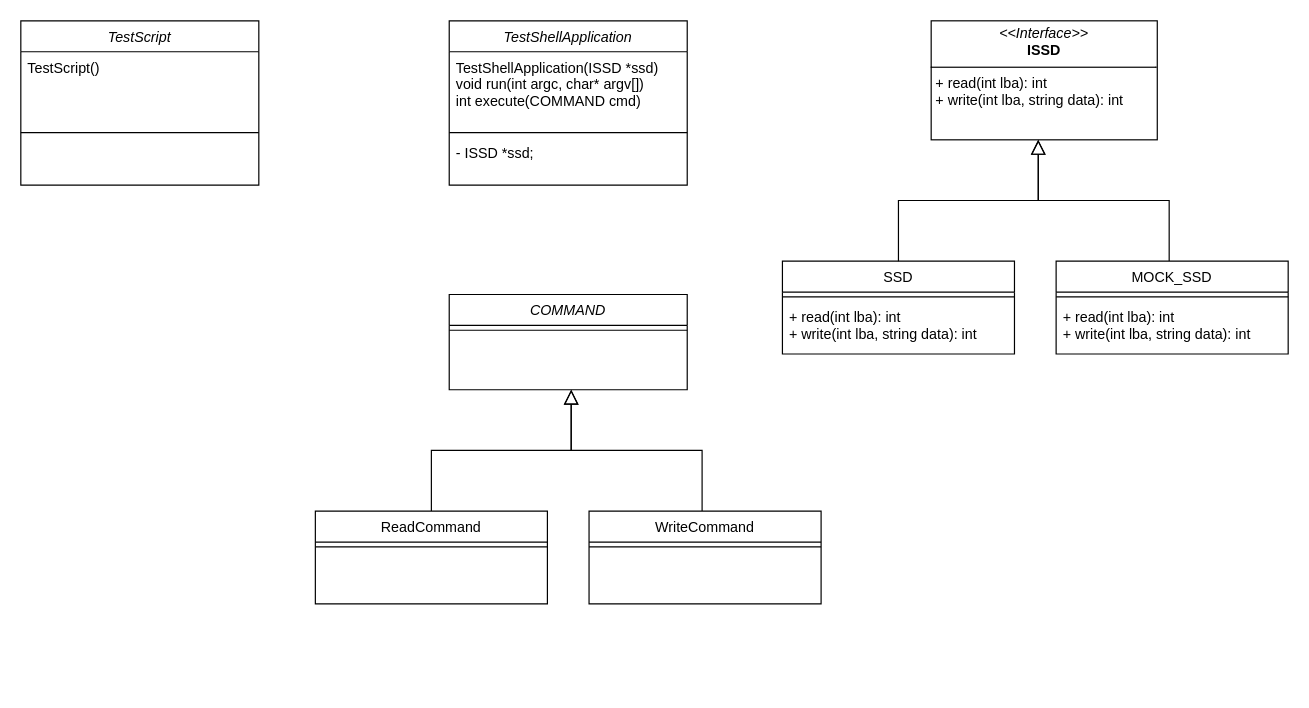
ihchoi95/ssd_project keeps this draw.io diagram as SSD_Project.drawio. Above is the earlier version. Source tidied: cells renumbered, new cells numbered last; positions are measured from the earlier drawing's top-left corner, leaving out a move shared by most shapes. Both pictures are drawn from the tidied source at 119%, with x=0, y=0 at pixel (20, 20).
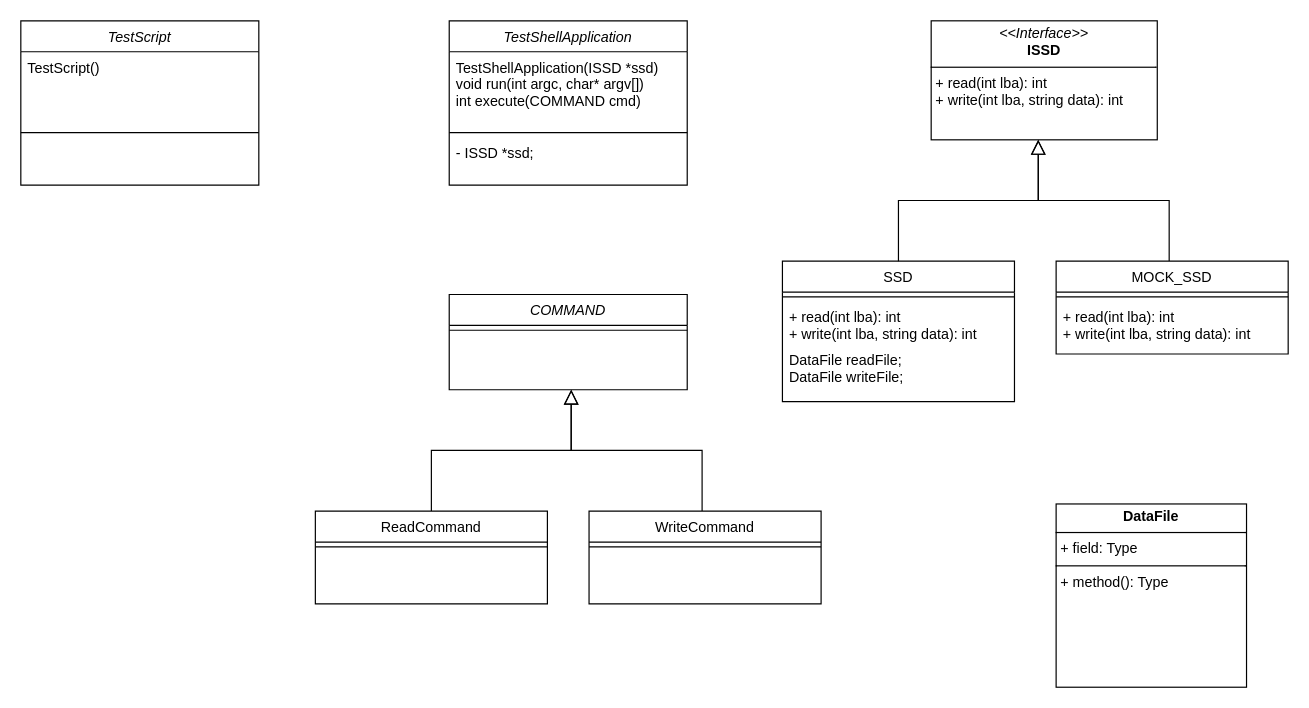
The same diagram, later.

Diff of the diagram source:
```diff
@@
     <mxCell id="3" value="SSD" style="swimlane;fontStyle=0;align=center;verticalAlign=top;horizontal=1;startSize=26;rounded=0;shadow=0;strokeWidth=1;" parent="1" vertex="1">
-      <mxGeometry x="640" y="202" width="195" height="78" as="geometry" />
+      <mxGeometry x="640" y="202" width="195" height="118" as="geometry" />
     </mxCell>
@@
+    <mxCell id="26" value="DataFile readFile;&#10;DataFile writeFile;" style="text;align=left;verticalAlign=top;spacingLeft=4;spacingRight=4;overflow=hidden;rounded=0;shadow=0;html=0;" parent="3" vertex="1">
+      <mxGeometry y="70" width="195" height="40" as="geometry" />
+    </mxCell>
@@
+    <mxCell id="27" value="&lt;p style=&quot;margin:0px;margin-top:4px;text-align:center;&quot;&gt;&lt;b&gt;DataFile&lt;/b&gt;&lt;/p&gt;&lt;hr size=&quot;1&quot; style=&quot;border-style:solid;&quot;&gt;&lt;p style=&quot;margin:0px;margin-left:4px;&quot;&gt;+ field: Type&lt;/p&gt;&lt;hr size=&quot;1&quot; style=&quot;border-style:solid;&quot;&gt;&lt;p style=&quot;margin:0px;margin-left:4px;&quot;&gt;+ method(): Type&lt;/p&gt;" style="verticalAlign=top;align=left;overflow=fill;html=1;whiteSpace=wrap;" parent="1" vertex="1">
+      <mxGeometry x="870" y="406" width="160" height="154" as="geometry" />
+    </mxCell>
```
